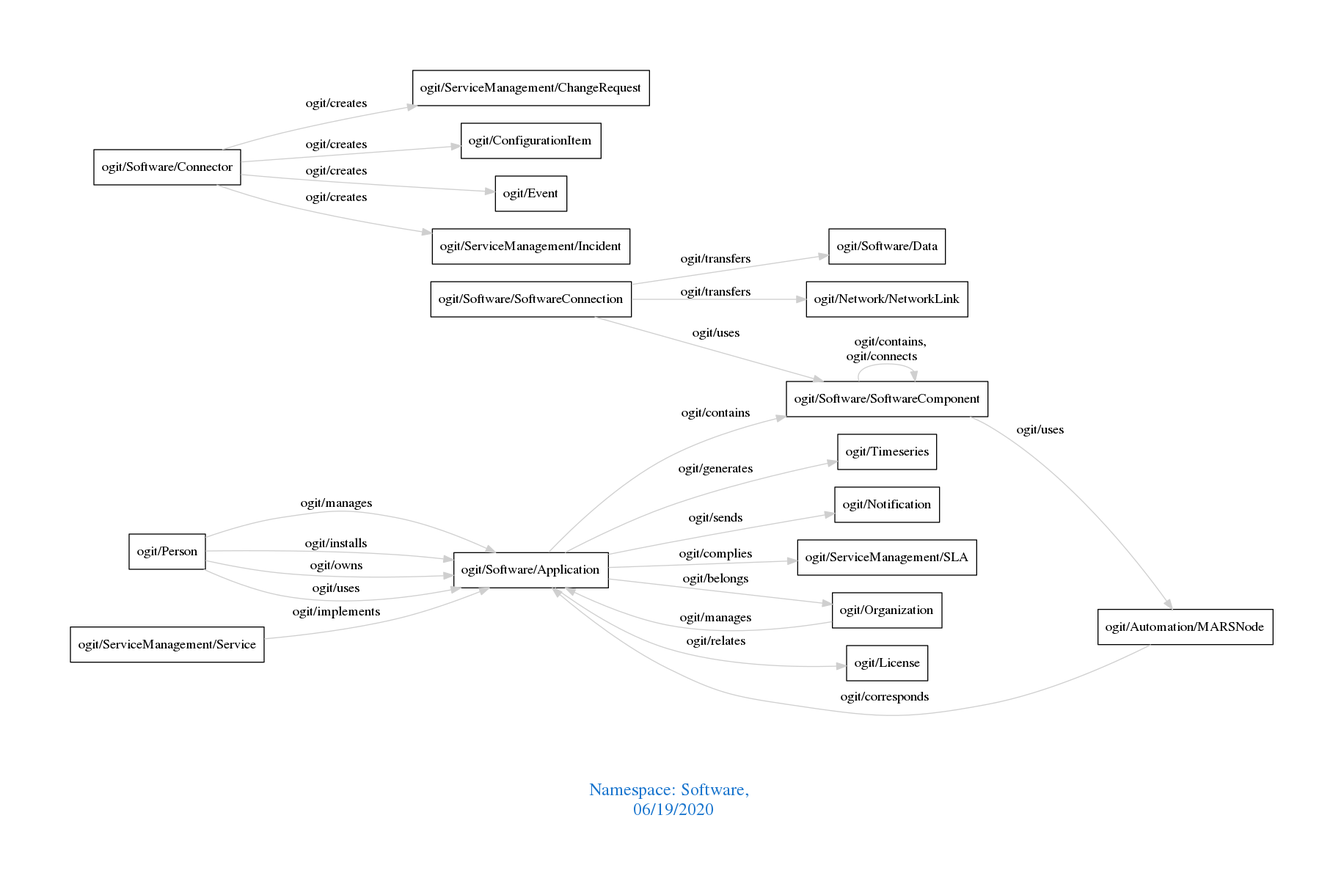
The Graphviz diagram downloads/Software.png in arago/OGIT, before a commit. Its source is kept beside it as downloads/Software.dot.
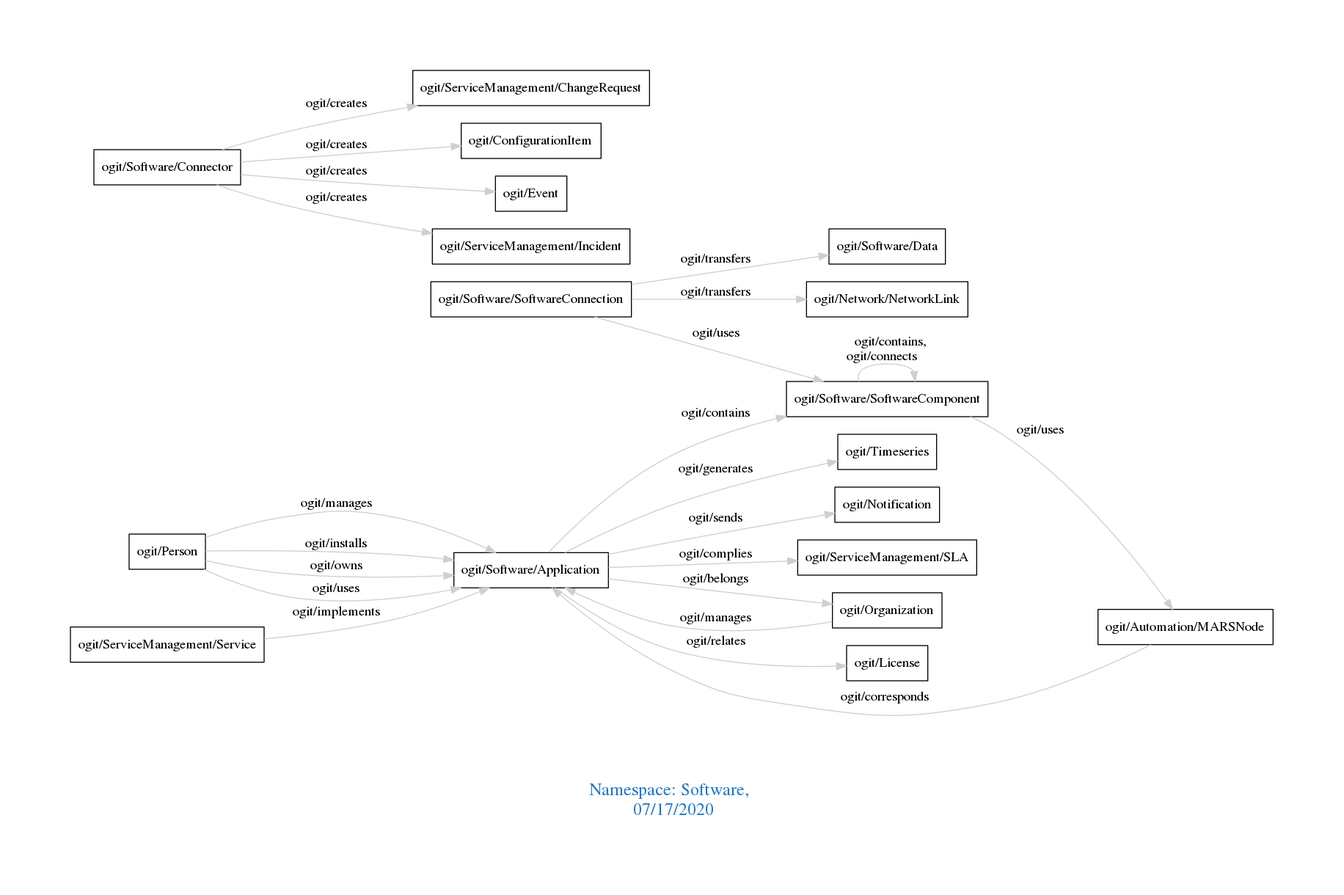
After the commit.

What changed in the source:
```diff
@@ -1,7 +1,7 @@
 digraph OGIT_ontology {
  graph [ rankdir= LR,pad=1
 fontsize = 18,
-fontcolor= dodgerblue3,label = "\n\n\nNamespace: Software, \n 06/19/2020"];
+fontcolor= dodgerblue3,label = "\n\n\nNamespace: Software, \n 07/17/2020"];
 node[shape=polygon];
 edge [  color="gray81"];
 
```
